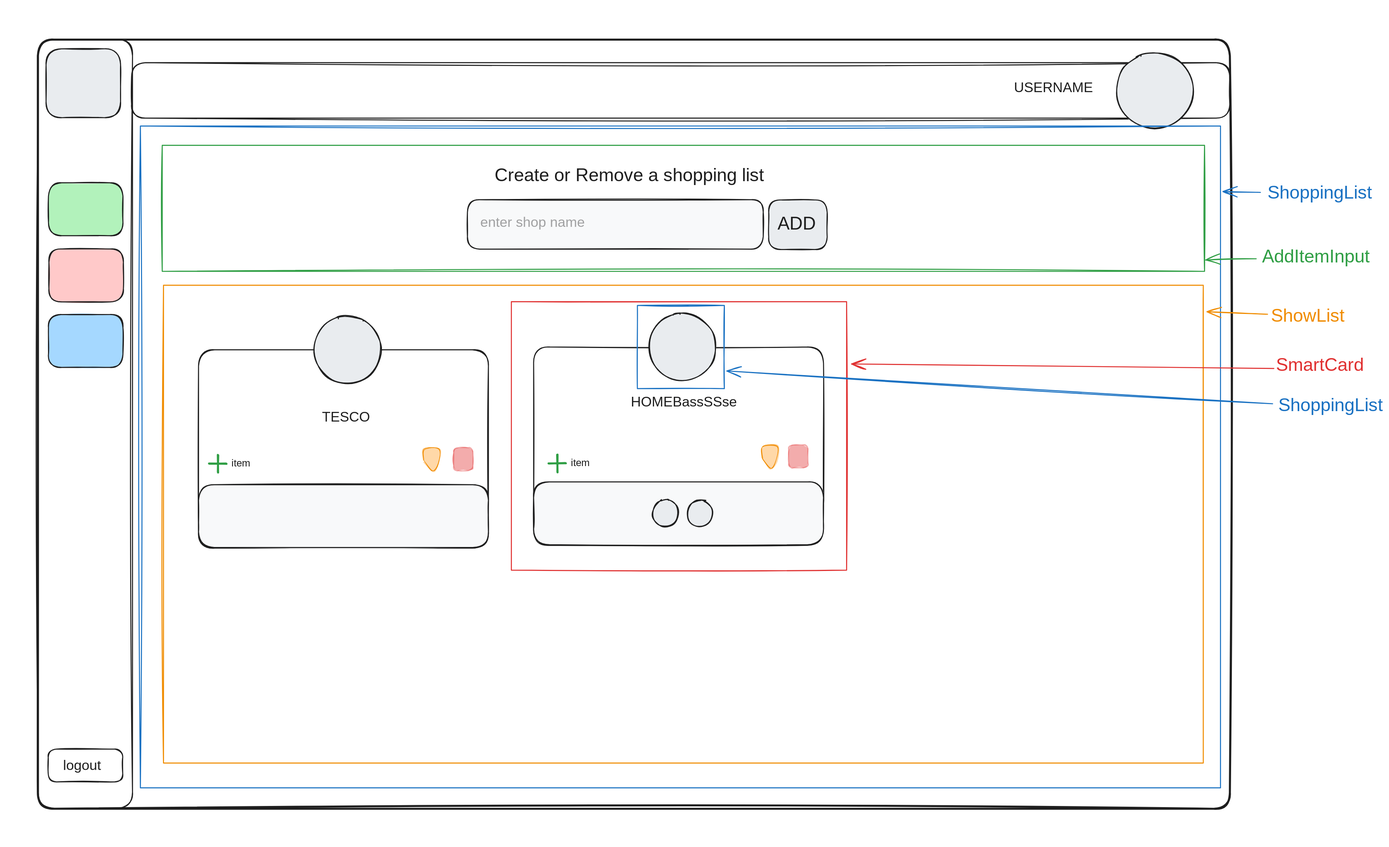
Before: docs/wireframes/shopping_list/shopping_list-components.excalidraw.svg, a diagram exported from Excalidraw (AliMcG/our-house-app). Source tidied: one line per element, renumbered; positions are measured from the earlier drawing's top-left corner, leaving out a move shared by most shapes. The source it was exported from:
```json
{"id": 0, "type": "rectangle", "strokeColor": "#1e1e1e", "backgroundColor": "#ffffff", "fillStyle": "solid", "strokeWidth": 2, "roughness": 1, "round": true, "x": 66, "y": 69, "width": 187, "height": 1524}
{"id": 1, "type": "rectangle", "strokeColor": "#1e1e1e", "backgroundColor": "#ffc9c9", "fillStyle": "solid", "strokeWidth": 2, "roughness": 1, "round": true, "x": 87, "y": 484, "width": 148, "height": 105}
{"id": 2, "type": "rectangle", "strokeColor": "#1e1e1e", "backgroundColor": "#a5d8ff", "fillStyle": "solid", "strokeWidth": 2, "roughness": 1, "round": true, "x": 86, "y": 614, "width": 148, "height": 105}
{"id": 3, "type": "rectangle", "strokeColor": "#1e1e1e", "strokeWidth": 4, "roughness": 1, "round": true, "x": 65, "y": 69, "width": 2365, "height": 1525}
{"id": 4, "type": "rectangle", "strokeColor": "#1e1e1e", "backgroundColor": "#e9ecef", "fillStyle": "solid", "strokeWidth": 2, "roughness": 1, "round": true, "x": 81, "y": 87, "width": 148, "height": 137}
{"id": 5, "type": "rectangle", "strokeColor": "#1e1e1e", "backgroundColor": "#b2f2bb", "fillStyle": "solid", "strokeWidth": 2, "roughness": 1, "round": true, "x": 86, "y": 352, "width": 148, "height": 105}
{"id": 6, "type": "rectangle", "strokeColor": "#1e1e1e", "strokeWidth": 2, "roughness": 1, "round": true, "x": 86, "y": 1475, "width": 148, "height": 65}
{"id": 7, "type": "rectangle", "strokeColor": "#1e1e1e", "strokeWidth": 2, "roughness": 1, "round": true, "x": 251, "y": 114, "width": 2179, "height": 110}
{"id": 8, "type": "text", "text": "USERNAME", "strokeColor": "#1e1e1e", "strokeWidth": 2, "roughness": 1, "fontSize": 28, "fontFamily": 1, "x": 2001, "y": 147, "width": 152, "height": 35}
{"id": 9, "type": "ellipse", "strokeColor": "#1e1e1e", "backgroundColor": "#e9ecef", "fillStyle": "solid", "strokeWidth": 2, "roughness": 1, "round": true, "x": 2204, "y": 95, "width": 153, "height": 150}
{"id": 10, "type": "text", "text": "logout", "strokeColor": "#1e1e1e", "strokeWidth": 2, "roughness": 1, "fontSize": 28, "fontFamily": 1, "x": 115, "y": 1492, "width": 84, "height": 35}
{"id": 11, "type": "rectangle", "strokeColor": "#1e1e1e", "backgroundColor": "#f8f9fa", "fillStyle": "solid", "strokeWidth": 2, "roughness": 1, "round": true, "x": 917, "y": 386, "width": 587, "height": 98}
{"id": 12, "type": "rectangle", "strokeColor": "#1e1e1e", "backgroundColor": "#e9ecef", "fillStyle": "solid", "strokeWidth": 2, "roughness": 1, "round": true, "x": 1515, "y": 386, "width": 116, "height": 98}
{"id": 13, "type": "text", "text": "ADD", "strokeColor": "#1e1e1e", "strokeWidth": 2, "roughness": 1, "fontSize": 36, "fontFamily": 1, "x": 1533, "y": 413, "width": 80, "height": 45}
{"id": 14, "type": "text", "text": "Create or Remove a shopping list", "strokeColor": "#1e1e1e", "strokeWidth": 2, "roughness": 1, "fontSize": 36, "fontFamily": 1, "x": 971, "y": 317, "width": 590, "height": 45}
{"id": 15, "type": "text", "text": "enter shop name", "strokeColor": "#1e1e1e", "strokeWidth": 2, "roughness": 1, "opacity": 40, "fontSize": 28, "fontFamily": 1, "x": 942, "y": 414, "width": 223, "height": 35}
{"id": 16, "type": "rectangle", "strokeColor": "#1e1e1e", "backgroundColor": "#ffffff", "fillStyle": "solid", "strokeWidth": 2, "roughness": 1, "round": true, "x": 384, "y": 684, "width": 575, "height": 393}
{"id": 17, "type": "rectangle", "strokeColor": "#1e1e1e", "backgroundColor": "#f8f9fa", "fillStyle": "solid", "strokeWidth": 2, "roughness": 1, "round": true, "x": 384, "y": 951, "width": 575, "height": 125}
{"id": 18, "type": "text", "text": "TESCO", "strokeColor": "#1e1e1e", "strokeWidth": 2, "roughness": 1, "fontSize": 28, "fontFamily": 1, "x": 629, "y": 800, "width": 97, "height": 35}
{"id": 19, "type": "ellipse", "strokeColor": "#1e1e1e", "backgroundColor": "#e9ecef", "fillStyle": "solid", "strokeWidth": 2, "roughness": 1, "round": true, "x": 613, "y": 617, "width": 133, "height": 134}
{"id": 20, "type": "rectangle", "strokeColor": "#e03131", "backgroundColor": "#e03131", "fillStyle": "solid", "strokeWidth": 2, "roughness": 1, "opacity": 40, "round": true, "x": 890, "y": 878, "width": 38, "height": 46}
{"id": 21, "type": "rectangle", "strokeColor": "#1e1e1e", "backgroundColor": "#ffffff", "fillStyle": "solid", "strokeWidth": 2, "roughness": 1, "round": true, "x": 1049, "y": 678, "width": 575, "height": 393}
{"id": 22, "type": "rectangle", "strokeColor": "#1e1e1e", "backgroundColor": "#f8f9fa", "fillStyle": "solid", "strokeWidth": 2, "roughness": 1, "round": true, "x": 1049, "y": 946, "width": 575, "height": 125}
{"id": 23, "type": "text", "text": "HOMEBassSSse", "strokeColor": "#1e1e1e", "strokeWidth": 2, "roughness": 1, "fontSize": 28, "fontFamily": 1, "x": 1241, "y": 771, "width": 210, "height": 35}
{"id": 24, "type": "ellipse", "strokeColor": "#1e1e1e", "backgroundColor": "#e9ecef", "fillStyle": "solid", "strokeWidth": 2, "roughness": 1, "round": true, "x": 1277, "y": 611, "width": 133, "height": 134}
{"id": 25, "type": "rectangle", "strokeColor": "#e03131", "backgroundColor": "#e03131", "fillStyle": "solid", "strokeWidth": 2, "roughness": 1, "opacity": 40, "round": true, "x": 1554, "y": 872, "width": 38, "height": 46}
{"id": 26, "type": "ellipse", "strokeColor": "#1e1e1e", "backgroundColor": "#e9ecef", "fillStyle": "solid", "strokeWidth": 2, "roughness": 1, "round": true, "x": 1284, "y": 981, "width": 51, "height": 53}
{"id": 27, "type": "text", "text": "item", "strokeColor": "#1e1e1e", "strokeWidth": 2, "roughness": 1, "fontSize": 20, "fontFamily": 1, "x": 449, "y": 896, "width": 39, "height": 25}
{"id": 28, "type": "line", "strokeColor": "#2f9e44", "backgroundColor": "#e03131", "fillStyle": "solid", "strokeWidth": 4, "roughness": 1, "round": true, "x": 422, "y": 893, "width": 0, "height": 34, "points": [[0, 0], [0, 34]]}
{"id": 29, "type": "line", "strokeColor": "#2f9e44", "backgroundColor": "#e03131", "fillStyle": "solid", "strokeWidth": 4, "roughness": 1, "round": true, "x": 405, "y": 909, "width": 33, "height": 0, "points": [[0, 0], [33, 0]]}
{"id": 30, "type": "text", "text": "item", "strokeColor": "#1e1e1e", "strokeWidth": 2, "roughness": 1, "fontSize": 20, "fontFamily": 1, "x": 1122, "y": 896, "width": 39, "height": 25}
{"id": 31, "type": "line", "strokeColor": "#2f9e44", "backgroundColor": "#e03131", "fillStyle": "solid", "strokeWidth": 4, "roughness": 1, "round": true, "x": 1095, "y": 892, "width": 0, "height": 34, "points": [[0, 0], [0, 34]]}
{"id": 32, "type": "line", "strokeColor": "#2f9e44", "backgroundColor": "#e03131", "fillStyle": "solid", "strokeWidth": 4, "roughness": 1, "round": true, "x": 1078, "y": 909, "width": 33, "height": 0, "points": [[0, 0], [33, 0]]}
{"id": 33, "type": "ellipse", "strokeColor": "#1e1e1e", "backgroundColor": "#e9ecef", "fillStyle": "solid", "strokeWidth": 2, "roughness": 1, "round": true, "x": 1353, "y": 981, "width": 51, "height": 53}
{"id": 34, "type": "line", "strokeColor": "#f08c00", "backgroundColor": "#ffd8a8", "fillStyle": "solid", "strokeWidth": 1, "roughness": 1, "round": true, "x": 831, "y": 904, "width": 29, "height": 44, "points": [[0, 0], [0, -23], [29, -24], [28, 4], [17, 20], [0, 0]]}
{"id": 35, "type": "line", "strokeColor": "#f08c00", "backgroundColor": "#ffd8a8", "fillStyle": "solid", "strokeWidth": 1, "roughness": 1, "round": true, "x": 1503, "y": 899, "width": 29, "height": 44, "points": [[0, 0], [0, -23], [29, -24], [28, 4], [17, 20], [0, 0]]}
{"id": 36, "type": "rectangle", "strokeColor": "#1971c2", "strokeWidth": 2, "roughness": 1, "x": 268, "y": 240, "width": 2142, "height": 1312}
{"id": 37, "type": "text", "text": "ShoppingList", "strokeColor": "#1971c2", "strokeWidth": 2, "roughness": 1, "fontSize": 36, "fontFamily": 1, "x": 2504, "y": 351, "width": 207, "height": 45}
{"id": 38, "type": "arrow", "strokeColor": "#1971c2", "strokeWidth": 2, "roughness": 1, "endArrowhead": "arrow", "from": 37, "to": 36, "x": 2490, "y": 371, "width": 74, "height": 2, "points": [[0, 0], [-74, -2]]}
{"id": 39, "type": "rectangle", "strokeColor": "#2f9e44", "strokeWidth": 2, "roughness": 1, "x": 312, "y": 278, "width": 2067, "height": 250}
{"id": 40, "type": "text", "text": "AddItemInput", "strokeColor": "#2f9e44", "strokeWidth": 2, "roughness": 1, "fontSize": 36, "fontFamily": 1, "x": 2493, "y": 478, "width": 242, "height": 45}
{"id": 41, "type": "arrow", "strokeColor": "#2f9e44", "strokeWidth": 2, "roughness": 1, "endArrowhead": "arrow", "from": 40, "to": 39, "x": 2482, "y": 503, "width": 100, "height": 2, "points": [[0, 0], [-100, 2]]}
{"id": 42, "type": "rectangle", "strokeColor": "#f08c00", "strokeWidth": 2, "roughness": 1, "x": 314, "y": 556, "width": 2062, "height": 947}
{"id": 43, "type": "text", "text": "ShowList", "strokeColor": "#f08c00", "strokeWidth": 2, "roughness": 1, "fontSize": 36, "fontFamily": 1, "x": 2511, "y": 596, "width": 151, "height": 45}
{"id": 44, "type": "arrow", "strokeColor": "#f08c00", "strokeWidth": 2, "roughness": 1, "endArrowhead": "arrow", "from": 43, "to": 42, "x": 2504, "y": 613, "width": 120, "height": 5, "points": [[0, 0], [-120, -5]]}
{"id": 45, "type": "rectangle", "strokeColor": "#e03131", "strokeWidth": 2, "roughness": 1, "x": 1004, "y": 588, "width": 665, "height": 532}
{"id": 46, "type": "text", "text": "SmartCard", "strokeColor": "#e03131", "strokeWidth": 2, "roughness": 1, "fontSize": 36, "fontFamily": 1, "x": 2521, "y": 693, "width": 188, "height": 45}
{"id": 47, "type": "arrow", "strokeColor": "#e03131", "strokeWidth": 2, "roughness": 1, "endArrowhead": "arrow", "from": 46, "to": 45, "x": 2517, "y": 721, "width": 837, "height": 9, "points": [[0, 0], [-837, -9]]}
{"id": 48, "type": "rectangle", "strokeColor": "#1971c2", "strokeWidth": 2, "roughness": 1, "x": 1254, "y": 596, "width": 172, "height": 165}
{"id": 49, "type": "text", "text": "ShoppingList", "strokeColor": "#1971c2", "strokeWidth": 2, "roughness": 1, "fontSize": 36, "fontFamily": 1, "x": 2526, "y": 773, "width": 207, "height": 45}
{"id": 50, "type": "arrow", "strokeColor": "#1971c2", "strokeWidth": 2, "roughness": 1, "endArrowhead": "arrow", "from": 49, "to": 48, "x": 2514, "y": 791, "width": 1082, "height": 65, "points": [[0, 0], [-1082, -65]]}
{"id": 51, "type": "ellipse", "strokeColor": "#1e1e1e", "backgroundColor": "#e9ecef", "fillStyle": "solid", "strokeWidth": 2, "roughness": 1, "opacity": 0, "round": true, "x": 0, "y": 0, "width": 133, "height": 134}
{"id": 52, "type": "ellipse", "strokeColor": "#1e1e1e", "backgroundColor": "#e9ecef", "fillStyle": "solid", "strokeWidth": 2, "roughness": 1, "opacity": 0, "round": true, "x": 74, "y": 1526, "width": 133, "height": 134}
```
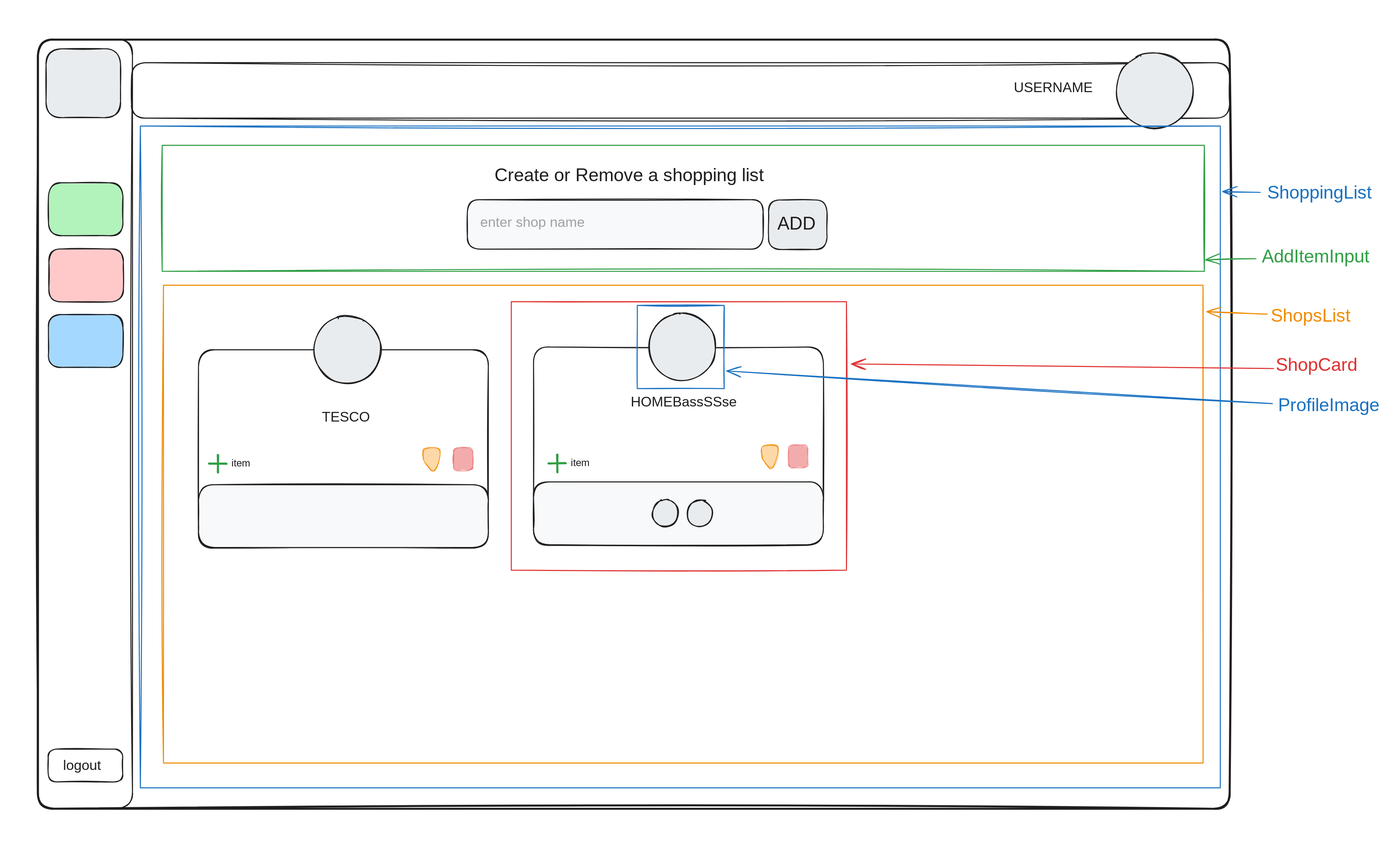
After the change.

Commit message:
update the shopping list components design

The edit, as a diff of the source:
```diff
@@ -41,13 +41,13 @@
 {"id": 40, "type": "text", "text": "AddItemInput", "strokeColor": "#2f9e44", "strokeWidth": 2, "roughness": 1, "fontSize": 36, "fontFamily": 1, "x": 2493, "y": 478, "width": 242, "height": 45}
 {"id": 41, "type": "arrow", "strokeColor": "#2f9e44", "strokeWidth": 2, "roughness": 1, "endArrowhead": "arrow", "from": 40, "to": 39, "x": 2482, "y": 503, "width": 100, "height": 2, "points": [[0, 0], [-100, 2]]}
 {"id": 42, "type": "rectangle", "strokeColor": "#f08c00", "strokeWidth": 2, "roughness": 1, "x": 314, "y": 556, "width": 2062, "height": 947}
-{"id": 43, "type": "text", "text": "ShowList", "strokeColor": "#f08c00", "strokeWidth": 2, "roughness": 1, "fontSize": 36, "fontFamily": 1, "x": 2511, "y": 596, "width": 151, "height": 45}
+{"id": 43, "type": "text", "text": "ShopsList", "strokeColor": "#f08c00", "strokeWidth": 2, "roughness": 1, "fontSize": 36, "fontFamily": 1, "x": 2511, "y": 596, "width": 166, "height": 45}
 {"id": 44, "type": "arrow", "strokeColor": "#f08c00", "strokeWidth": 2, "roughness": 1, "endArrowhead": "arrow", "from": 43, "to": 42, "x": 2504, "y": 613, "width": 120, "height": 5, "points": [[0, 0], [-120, -5]]}
 {"id": 45, "type": "rectangle", "strokeColor": "#e03131", "strokeWidth": 2, "roughness": 1, "x": 1004, "y": 588, "width": 665, "height": 532}
-{"id": 46, "type": "text", "text": "SmartCard", "strokeColor": "#e03131", "strokeWidth": 2, "roughness": 1, "fontSize": 36, "fontFamily": 1, "x": 2521, "y": 693, "width": 188, "height": 45}
+{"id": 46, "type": "text", "text": "ShopCard", "strokeColor": "#e03131", "strokeWidth": 2, "roughness": 1, "fontSize": 36, "fontFamily": 1, "x": 2521, "y": 693, "width": 161, "height": 45}
 {"id": 47, "type": "arrow", "strokeColor": "#e03131", "strokeWidth": 2, "roughness": 1, "endArrowhead": "arrow", "from": 46, "to": 45, "x": 2517, "y": 721, "width": 837, "height": 9, "points": [[0, 0], [-837, -9]]}
 {"id": 48, "type": "rectangle", "strokeColor": "#1971c2", "strokeWidth": 2, "roughness": 1, "x": 1254, "y": 596, "width": 172, "height": 165}
-{"id": 49, "type": "text", "text": "ShoppingList", "strokeColor": "#1971c2", "strokeWidth": 2, "roughness": 1, "fontSize": 36, "fontFamily": 1, "x": 2526, "y": 773, "width": 207, "height": 45}
+{"id": 49, "type": "text", "text": "ProfileImage", "strokeColor": "#1971c2", "strokeWidth": 2, "roughness": 1, "fontSize": 36, "fontFamily": 1, "x": 2526, "y": 773, "width": 218, "height": 45}
-{"id": 50, "type": "arrow", "strokeColor": "#1971c2", "strokeWidth": 2, "roughness": 1, "endArrowhead": "arrow", "from": 49, "to": 48, "x": 2514, "y": 791, "width": 1082, "height": 65, "points": [[0, 0], [-1082, -65]]}
+{"id": 50, "type": "arrow", "strokeColor": "#1971c2", "strokeWidth": 2, "roughness": 1, "endArrowhead": "arrow", "from": 49, "to": 48, "x": 2514, "y": 790, "width": 1082, "height": 65, "points": [[0, 0], [-1082, -65]]}
 {"id": 51, "type": "ellipse", "strokeColor": "#1e1e1e", "backgroundColor": "#e9ecef", "fillStyle": "solid", "strokeWidth": 2, "roughness": 1, "opacity": 0, "round": true, "x": 0, "y": 0, "width": 133, "height": 134}
 {"id": 52, "type": "ellipse", "strokeColor": "#1e1e1e", "backgroundColor": "#e9ecef", "fillStyle": "solid", "strokeWidth": 2, "roughness": 1, "opacity": 0, "round": true, "x": 74, "y": 1526, "width": 133, "height": 134}
```
